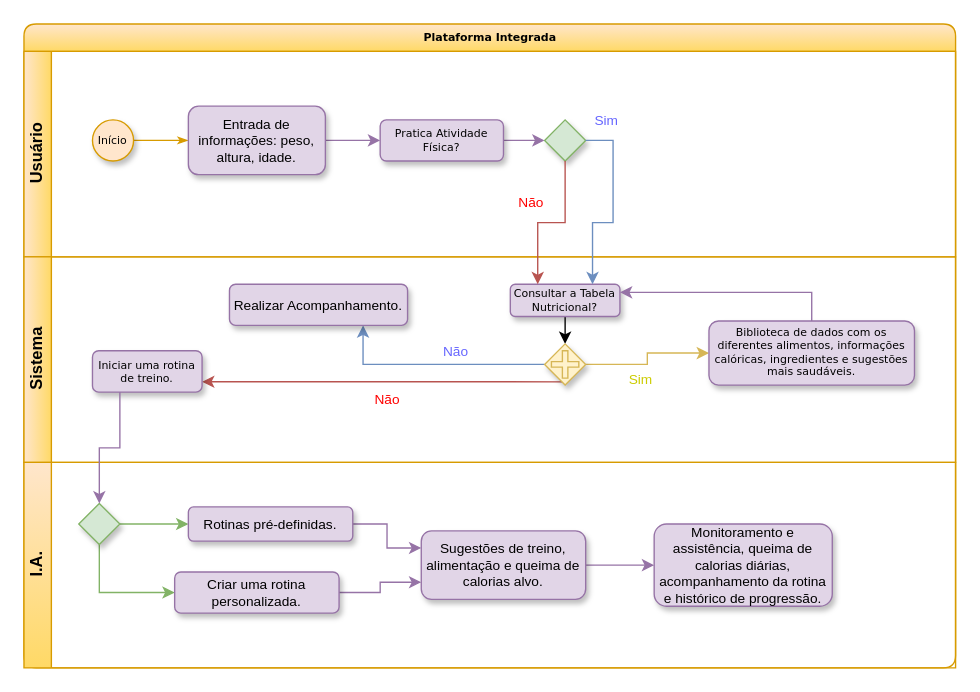
This is FlowChart.drawio from Raphox22/Integrated_Platform, a draw.io file, before an edit. Source tidied: cells renumbered, new cells numbered last; positions are measured from the earlier drawing's top-left corner, leaving out a move shared by most shapes. Both pictures are drawn from the tidied source at 137%, with x=0, y=0 at pixel (23, 23).
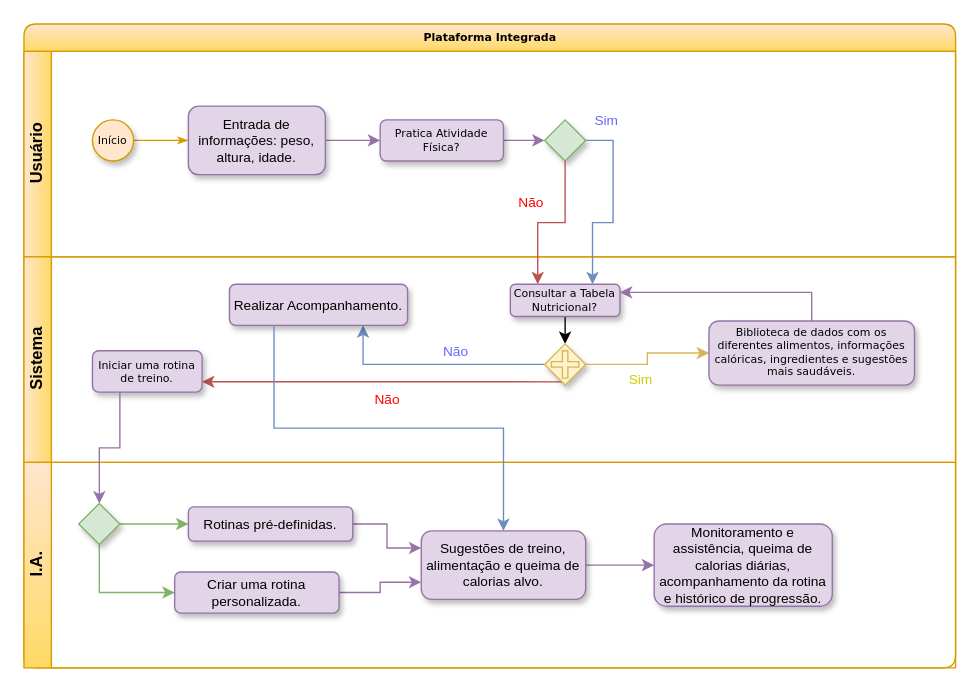
The same page after the edit.

The change refers to these unchanged cells:
```xml
<mxCell id="2" value="Plataforma Integrada" style="swimlane;html=1;horizontal=1;startSize=20;rounded=1;shadow=0;labelBackgroundColor=none;strokeWidth=1;fontFamily=Verdana;fontSize=8;align=center;fillColor=#ffe6cc;strokeColor=#d79b00;gradientColor=#FFD966;gradientDirection=south;sketch=0;glass=0;" parent="1" vertex="1">
  <mxGeometry width="680" height="470" as="geometry" />
</mxCell>
<mxCell id="23" value="&lt;span style=&quot;&quot;&gt;Realizar Acompanhamento.&lt;/span&gt;" style="rounded=1;whiteSpace=wrap;html=1;labelBackgroundColor=none;labelBorderColor=none;fontSize=10;fillColor=#e1d5e7;strokeColor=#9673a6;gradientColor=none;shadow=1;" parent="13" vertex="1">
  <mxGeometry x="150" y="20" width="130" height="30" as="geometry" />
</mxCell>
<mxCell id="37" value="Sugestões de treino, alimentação e queima de calorias alvo." style="rounded=1;whiteSpace=wrap;html=1;labelBackgroundColor=none;labelBorderColor=none;fontSize=10;gradientDirection=south;fillColor=#e1d5e7;strokeColor=#9673a6;shadow=1;" parent="28" vertex="1">
  <mxGeometry x="290" y="50" width="120" height="50" as="geometry" />
</mxCell>
```

Diff of the diagram source:
```diff
@@
+    <mxCell id="42" style="edgeStyle=orthogonalEdgeStyle;rounded=0;jettySize=auto;html=1;exitX=0.25;exitY=1;exitDx=0;exitDy=0;entryX=0.5;entryY=0;entryDx=0;entryDy=0;fillColor=#dae8fc;strokeColor=#6c8ebf;" parent="2" edge="1" source="23" target="37">
+      <mxGeometry relative="1" as="geometry" />
+    </mxCell>
```
